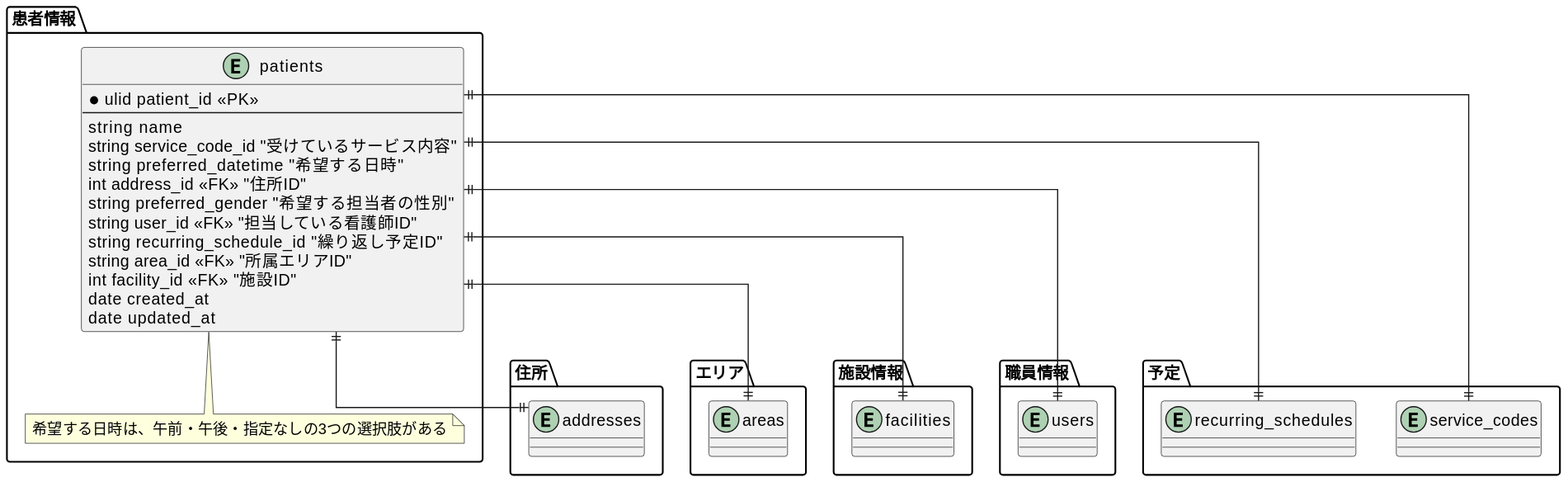
Before: src/diagrams-svg/ER/tables/patients.svg, a diagram exported from PlantUML (Fukuemon/buddy_design_docs). The source it was exported from:
```plantuml
@startuml
skinparam linetype ortho

package 患者情報 {
  entity patients {
    * ulid patient_id <<PK>>
    --
    string name
    string service_code_id "受けているサービス内容"
    string preferred_datetime "希望する日時"
    int address_id <<FK>> "住所ID"
    string preferred_gender "希望する担当者の性別"
    string user_id <<FK>> "担当している看護師ID"
    string recurring_schedule_id "繰り返し予定ID"
    string area_id <<FK>> "所属エリアID"
    int facility_id <<FK>> "施設ID"
    date created_at
    date updated_at
  }
  note bottom of patients
  希望する日時は、午前・午後・指定なしの3つの選択肢がある
  end note
}

package 住所 {
  entity addresses
}

package エリア {
  entity areas
}

package 施設情報 {
  entity facilities
}

package 職員情報 {
  entity users
}

package 予定 {
  entity recurring_schedules
  entity service_codes
}

patients ||--|| facilities
patients ||--|| areas
patients ||--|| addresses
patients ||--|| service_codes
patients ||--|| users
patients ||--|| recurring_schedules
@enduml
```
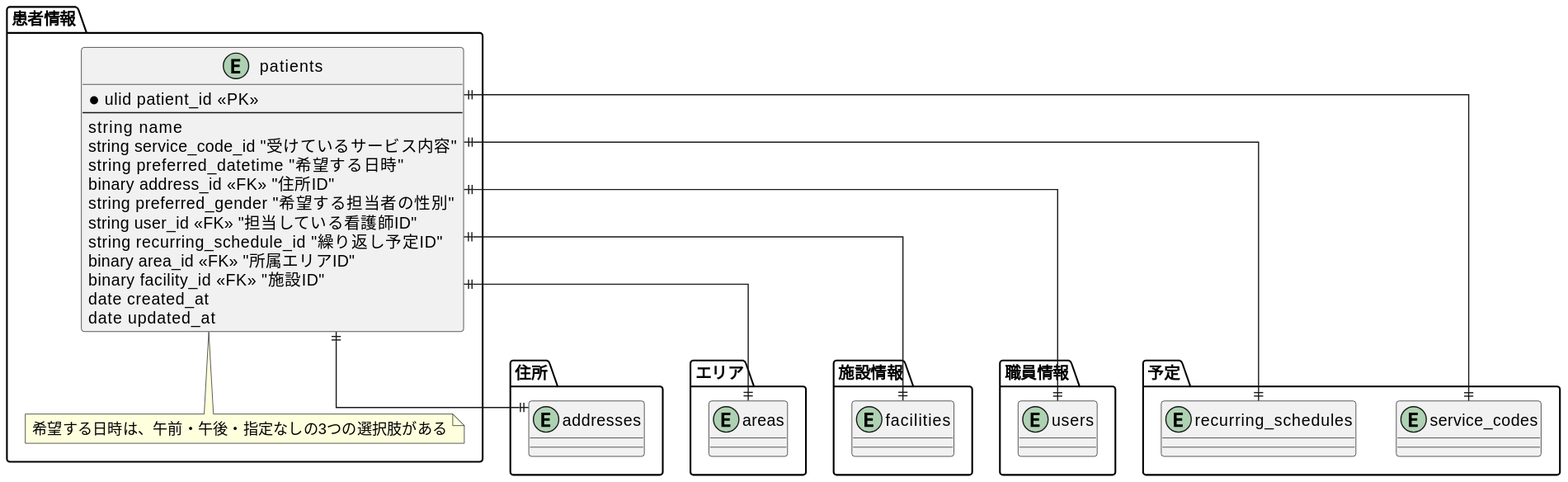
Later version of the same file.

Diff of the diagram source:
```diff
@@ -8,12 +8,12 @@
     string name
     string service_code_id "受けているサービス内容"
     string preferred_datetime "希望する日時"
-    int address_id <<FK>> "住所ID"
+    binary address_id <<FK>> "住所ID"
     string preferred_gender "希望する担当者の性別"
     string user_id <<FK>> "担当している看護師ID"
     string recurring_schedule_id "繰り返し予定ID"
-    string area_id <<FK>> "所属エリアID"
-    int facility_id <<FK>> "施設ID"
+    binary area_id <<FK>> "所属エリアID"
+    binary facility_id <<FK>> "施設ID"
     date created_at
     date updated_at
   }
```
